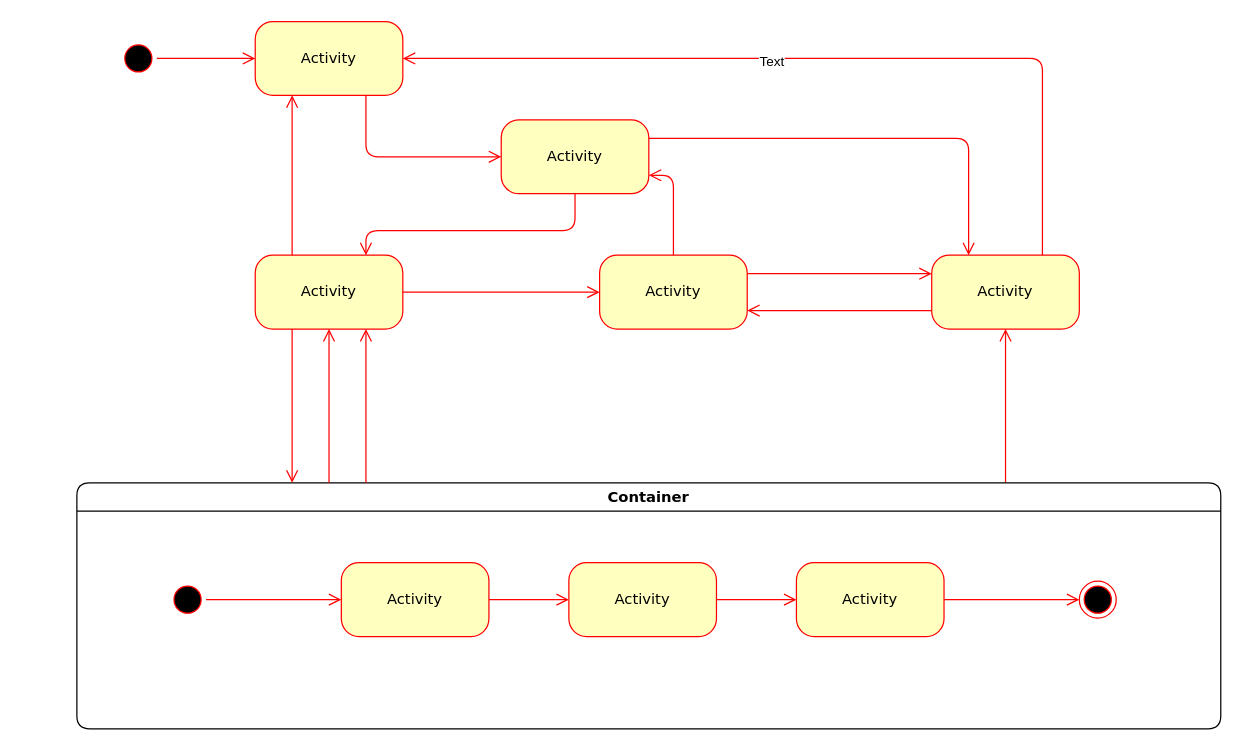
Earlier version of the draw.io diagram EliorWork/ED_Manager_SMD.drawio (SENG-350-2024-fall/Team9). Source tidied: cells renumbered, new cells numbered last; positions are measured from the earlier drawing's top-left corner, leaving out a move shared by most shapes. Both pictures are drawn from the tidied source at 123%, with x=0, y=0 at pixel (76, 21).
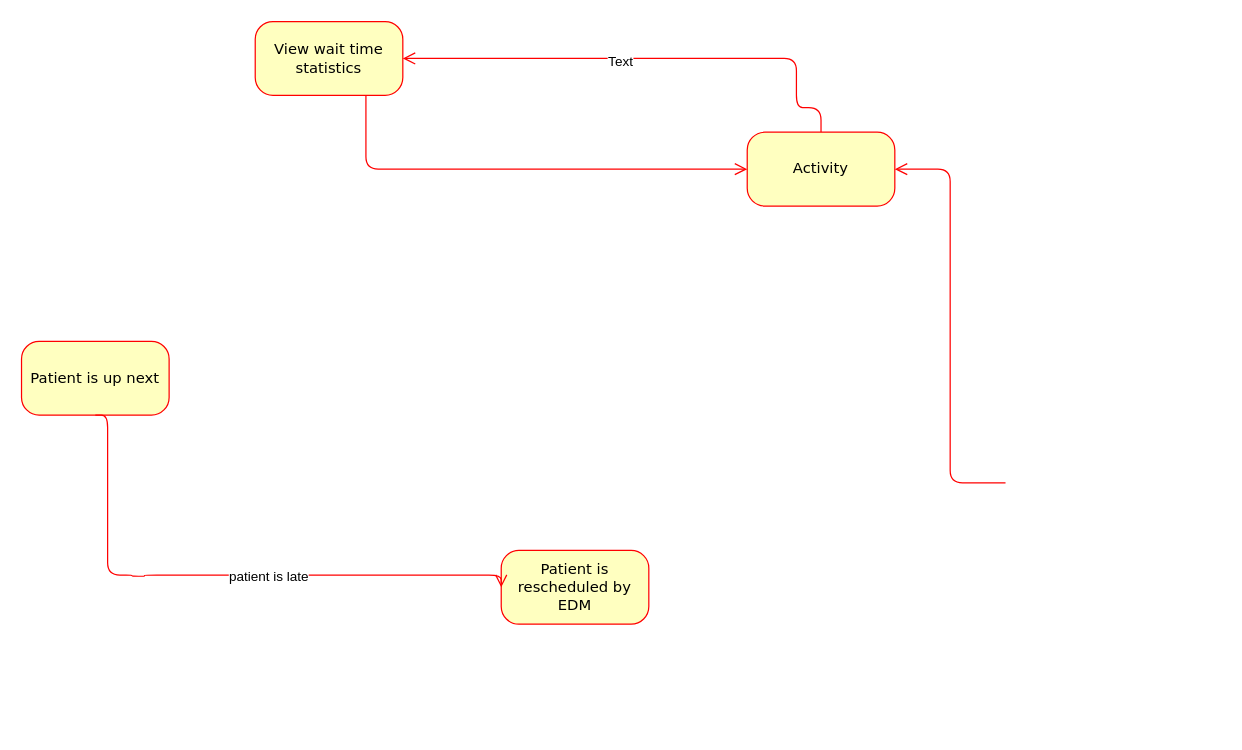
After the change.

What changed in the source:
```diff
@@
-    <mxCell id="2" style="ellipse;html=1;shape=startState;fillColor=#000000;strokeColor=#ff0000;rounded=1;shadow=0;comic=0;labelBackgroundColor=none;fontFamily=Verdana;fontSize=12;fontColor=#000000;align=center;direction=south;" parent="1" vertex="1">
-      <mxGeometry x="35" y="15" width="30" height="30" as="geometry" />
-    </mxCell>
-    <mxCell id="3" value="Activity" style="rounded=1;whiteSpace=wrap;html=1;arcSize=24;fillColor=#ffffc0;strokeColor=#ff0000;shadow=0;comic=0;labelBackgroundColor=none;fontFamily=Verdana;fontSize=12;fontColor=#000000;align=center;" parent="1" vertex="1">
-      <mxGeometry x="145" y="190" width="120" height="60" as="geometry" />
+    <mxCell id="3" value="Patient is up next" style="rounded=1;whiteSpace=wrap;html=1;arcSize=24;fillColor=#ffffc0;strokeColor=#ff0000;shadow=0;comic=0;labelBackgroundColor=none;fontFamily=Verdana;fontSize=12;fontColor=#000000;align=center;" parent="1" vertex="1">
+      <mxGeometry x="-45" y="260" width="120" height="60" as="geometry" />
     </mxCell>
-    <mxCell id="4" value="Activity" style="rounded=1;whiteSpace=wrap;html=1;arcSize=24;fillColor=#ffffc0;strokeColor=#ff0000;shadow=0;comic=0;labelBackgroundColor=none;fontFamily=Verdana;fontSize=12;fontColor=#000000;align=center;" parent="1" vertex="1">
+    <mxCell id="4" value="View wait time statistics" style="rounded=1;whiteSpace=wrap;html=1;arcSize=24;fillColor=#ffffc0;strokeColor=#ff0000;shadow=0;comic=0;labelBackgroundColor=none;fontFamily=Verdana;fontSize=12;fontColor=#000000;align=center;" parent="1" vertex="1">
       <mxGeometry x="145" width="120" height="60" as="geometry" />
     </mxCell>
-    <mxCell id="5" style="edgeStyle=orthogonalEdgeStyle;html=1;exitX=1;exitY=0.25;entryX=0.25;entryY=0;labelBackgroundColor=none;endArrow=open;endSize=8;strokeColor=#ff0000;fontFamily=Verdana;fontSize=12;align=left;" parent="1" edge="1" source="6" target="10">
-      <mxGeometry relative="1" as="geometry" />
-    </mxCell>
-    <mxCell id="6" value="Activity" style="rounded=1;whiteSpace=wrap;html=1;arcSize=24;fillColor=#ffffc0;strokeColor=#ff0000;shadow=0;comic=0;labelBackgroundColor=none;fontFamily=Verdana;fontSize=12;fontColor=#000000;align=center;" parent="1" vertex="1">
-      <mxGeometry x="345" y="80" width="120" height="60" as="geometry" />
-    </mxCell>
-    <mxCell id="7" style="edgeStyle=orthogonalEdgeStyle;html=1;exitX=0.75;exitY=0;entryX=1;entryY=0.5;labelBackgroundColor=none;endArrow=open;endSize=8;strokeColor=#ff0000;fontFamily=Verdana;fontSize=12;align=left;" parent="1" edge="1" source="10" target="4">
+    <mxCell id="7" style="edgeStyle=orthogonalEdgeStyle;html=1;entryX=1;entryY=0.5;labelBackgroundColor=none;endArrow=open;endSize=8;strokeColor=#ff0000;fontFamily=Verdana;fontSize=12;align=left;exitX=0.5;exitY=0;exitDx=0;exitDy=0;" parent="1" edge="1" source="10" target="4">
       <mxGeometry relative="1" as="geometry">
         <Array as="points">
-          <mxPoint x="785" y="30" />
+          <mxPoint x="605" y="70" />
+          <mxPoint x="585" y="70" />
+          <mxPoint x="585" y="30" />
         </Array>
       </mxGeometry>
     </mxCell>
@@
-    <mxCell id="9" style="edgeStyle=elbowEdgeStyle;html=1;exitX=0;exitY=0.75;entryX=1;entryY=0.75;labelBackgroundColor=none;endArrow=open;endSize=8;strokeColor=#ff0000;fontFamily=Verdana;fontSize=12;align=left;" parent="1" edge="1" source="10" target="11">
-      <mxGeometry relative="1" as="geometry" />
-    </mxCell>
     <mxCell id="10" value="Activity" style="rounded=1;whiteSpace=wrap;html=1;arcSize=24;fillColor=#ffffc0;strokeColor=#ff0000;shadow=0;comic=0;labelBackgroundColor=none;fontFamily=Verdana;fontSize=12;fontColor=#000000;align=center;" parent="1" vertex="1">
-      <mxGeometry x="695" y="190" width="120" height="60" as="geometry" />
+      <mxGeometry x="545" y="90" width="120" height="60" as="geometry" />
     </mxCell>
-    <mxCell id="11" value="Activity" style="rounded=1;whiteSpace=wrap;html=1;arcSize=24;fillColor=#ffffc0;strokeColor=#ff0000;shadow=0;comic=0;labelBackgroundColor=none;fontFamily=Verdana;fontSize=12;fontColor=#000000;align=center;" parent="1" vertex="1">
-      <mxGeometry x="425" y="190" width="120" height="60" as="geometry" />
+    <mxCell id="11" value="Patient is rescheduled by EDM" style="rounded=1;whiteSpace=wrap;html=1;arcSize=24;fillColor=#ffffc0;strokeColor=#ff0000;shadow=0;comic=0;labelBackgroundColor=none;fontFamily=Verdana;fontSize=12;fontColor=#000000;align=center;" parent="1" vertex="1">
+      <mxGeometry x="345" y="430" width="120" height="60" as="geometry" />
     </mxCell>
-    <mxCell id="12" style="edgeStyle=elbowEdgeStyle;html=1;labelBackgroundColor=none;endArrow=open;endSize=8;strokeColor=#ff0000;fontFamily=Verdana;fontSize=12;align=left;" parent="1" edge="1" source="13" target="10">
-      <mxGeometry relative="1" as="geometry" />
+    <mxCell id="12" style="edgeStyle=elbowEdgeStyle;html=1;labelBackgroundColor=none;endArrow=open;endSize=8;strokeColor=#ff0000;fontFamily=Verdana;fontSize=12;align=left;" parent="1" edge="1" target="10">
+      <mxGeometry relative="1" as="geometry">
+        <mxPoint x="755" y="375" as="sourcePoint" />
+      </mxGeometry>
     </mxCell>
-    <mxCell id="13" value="Container" style="swimlane;whiteSpace=wrap;html=1;rounded=1;shadow=0;comic=0;labelBackgroundColor=none;strokeWidth=1;fontFamily=Verdana;fontSize=12;align=center;" parent="1" vertex="1">
-      <mxGeometry y="375" width="930" height="200" as="geometry" />
-    </mxCell>
-    <mxCell id="14" style="edgeStyle=elbowEdgeStyle;html=1;labelBackgroundColor=none;endArrow=open;endSize=8;strokeColor=#ff0000;fontFamily=Verdana;fontSize=12;align=left;" parent="13" edge="1" source="15" target="20">
-      <mxGeometry relative="1" as="geometry" />
-    </mxCell>
-    <mxCell id="15" value="Activity" style="rounded=1;whiteSpace=wrap;html=1;arcSize=24;fillColor=#ffffc0;strokeColor=#ff0000;shadow=0;comic=0;labelBackgroundColor=none;fontFamily=Verdana;fontSize=12;fontColor=#000000;align=center;" parent="13" vertex="1">
-      <mxGeometry x="215" y="65" width="120" height="60" as="geometry" />
-    </mxCell>
-    <mxCell id="16" style="ellipse;html=1;shape=endState;fillColor=#000000;strokeColor=#ff0000;rounded=1;shadow=0;comic=0;labelBackgroundColor=none;fontFamily=Verdana;fontSize=12;fontColor=#000000;align=center;" parent="13" vertex="1">
-      <mxGeometry x="815" y="80" width="30" height="30" as="geometry" />
-    </mxCell>
-    <mxCell id="17" style="edgeStyle=elbowEdgeStyle;html=1;labelBackgroundColor=none;endArrow=open;endSize=8;strokeColor=#ff0000;fontFamily=Verdana;fontSize=12;align=left;" parent="13" edge="1" source="18" target="15">
-      <mxGeometry relative="1" as="geometry" />
-    </mxCell>
-    <mxCell id="18" style="ellipse;html=1;shape=startState;fillColor=#000000;strokeColor=#ff0000;rounded=1;shadow=0;comic=0;labelBackgroundColor=none;fontFamily=Verdana;fontSize=12;fontColor=#000000;align=center;direction=south;" parent="13" vertex="1">
-      <mxGeometry x="75" y="80" width="30" height="30" as="geometry" />
-    </mxCell>
-    <mxCell id="19" style="edgeStyle=elbowEdgeStyle;html=1;labelBackgroundColor=none;endArrow=open;endSize=8;strokeColor=#ff0000;fontFamily=Verdana;fontSize=12;align=left;" parent="13" edge="1" source="20" target="22">
-      <mxGeometry relative="1" as="geometry" />
-    </mxCell>
-    <mxCell id="20" value="Activity" style="rounded=1;whiteSpace=wrap;html=1;arcSize=24;fillColor=#ffffc0;strokeColor=#ff0000;shadow=0;comic=0;labelBackgroundColor=none;fontFamily=Verdana;fontSize=12;fontColor=#000000;align=center;" parent="13" vertex="1">
-      <mxGeometry x="400" y="65" width="120" height="60" as="geometry" />
-    </mxCell>
-    <mxCell id="21" style="edgeStyle=elbowEdgeStyle;html=1;labelBackgroundColor=none;endArrow=open;endSize=8;strokeColor=#ff0000;fontFamily=Verdana;fontSize=12;align=left;" parent="13" edge="1" source="22" target="16">
-      <mxGeometry relative="1" as="geometry" />
-    </mxCell>
-    <mxCell id="22" value="Activity" style="rounded=1;whiteSpace=wrap;html=1;arcSize=24;fillColor=#ffffc0;strokeColor=#ff0000;shadow=0;comic=0;labelBackgroundColor=none;fontFamily=Verdana;fontSize=12;fontColor=#000000;align=center;" parent="13" vertex="1">
-      <mxGeometry x="585" y="65" width="120" height="60" as="geometry" />
-    </mxCell>
-    <mxCell id="23" style="edgeStyle=orthogonalEdgeStyle;html=1;labelBackgroundColor=none;endArrow=open;endSize=8;strokeColor=#ff0000;fontFamily=Verdana;fontSize=12;align=left;" parent="1" edge="1" source="2" target="4">
-      <mxGeometry relative="1" as="geometry" />
+    <mxCell id="23" style="edgeStyle=orthogonalEdgeStyle;html=1;labelBackgroundColor=none;endArrow=open;endSize=8;strokeColor=#ff0000;fontFamily=Verdana;fontSize=12;align=left;exitX=0.5;exitY=1;exitDx=0;exitDy=0;entryX=0;entryY=0.5;entryDx=0;entryDy=0;" parent="1" edge="1" source="3" target="11">
+      <mxGeometry relative="1" as="geometry">
+        <Array as="points">
+          <mxPoint x="25" y="320" />
+          <mxPoint x="25" y="450" />
+          <mxPoint x="45" y="450" />
+          <mxPoint x="45" y="451" />
+          <mxPoint x="55" y="451" />
+          <mxPoint x="55" y="450" />
+          <mxPoint x="345" y="450" />
+        </Array>
+      </mxGeometry>
     </mxCell>
+    <mxCell id="33" value="patient is late" style="edgeLabel;html=1;align=center;verticalAlign=middle;" parent="23" vertex="1">
+      <mxGeometry x="-0.2" y="-4" relative="1" as="geometry">
+        <mxPoint x="83" y="-4" as="offset" />
+      </mxGeometry>
+    </mxCell>
-    <mxCell id="24" style="edgeStyle=orthogonalEdgeStyle;html=1;labelBackgroundColor=none;endArrow=open;endSize=8;strokeColor=#ff0000;fontFamily=Verdana;fontSize=12;align=left;entryX=0;entryY=0.5;" parent="1" edge="1" source="4" target="6">
+    <mxCell id="24" style="edgeStyle=orthogonalEdgeStyle;html=1;labelBackgroundColor=none;endArrow=open;endSize=8;strokeColor=#ff0000;fontFamily=Verdana;fontSize=12;align=left;entryX=0;entryY=0.5;entryDx=0;entryDy=0;" parent="1" edge="1" source="4" target="10">
       <mxGeometry relative="1" as="geometry">
         <Array as="points">
-          <mxPoint x="235" y="110" />
+          <mxPoint x="235" y="120" />
         </Array>
       </mxGeometry>
     </mxCell>
-    <mxCell id="25" style="edgeStyle=orthogonalEdgeStyle;html=1;entryX=0.75;entryY=0;labelBackgroundColor=none;endArrow=open;endSize=8;strokeColor=#ff0000;fontFamily=Verdana;fontSize=12;align=left;exitX=0.5;exitY=1;" parent="1" edge="1" source="6" target="3">
-      <mxGeometry relative="1" as="geometry">
-        <Array as="points">
-          <mxPoint x="405" y="170" />
-          <mxPoint x="235" y="170" />
-        </Array>
-      </mxGeometry>
-    </mxCell>
-    <mxCell id="26" style="edgeStyle=orthogonalEdgeStyle;html=1;exitX=0.25;exitY=0;entryX=0.25;entryY=1;labelBackgroundColor=none;endArrow=open;endSize=8;strokeColor=#ff0000;fontFamily=Verdana;fontSize=12;align=left;" parent="1" edge="1" source="3" target="4">
-      <mxGeometry relative="1" as="geometry" />
-    </mxCell>
-    <mxCell id="27" style="edgeStyle=orthogonalEdgeStyle;html=1;exitX=1;exitY=0.5;entryX=0;entryY=0.5;labelBackgroundColor=none;endArrow=open;endSize=8;strokeColor=#ff0000;fontFamily=Verdana;fontSize=12;align=left;" parent="1" edge="1" source="3" target="11">
-      <mxGeometry relative="1" as="geometry" />
-    </mxCell>
-    <mxCell id="28" style="edgeStyle=orthogonalEdgeStyle;html=1;exitX=0.5;exitY=0;entryX=1;entryY=0.75;labelBackgroundColor=none;endArrow=open;endSize=8;strokeColor=#ff0000;fontFamily=Verdana;fontSize=12;align=left;" parent="1" edge="1" source="11" target="6">
-      <mxGeometry relative="1" as="geometry" />
-    </mxCell>
-    <mxCell id="29" style="edgeStyle=orthogonalEdgeStyle;html=1;exitX=1;exitY=0.25;entryX=0;entryY=0.25;labelBackgroundColor=none;endArrow=open;endSize=8;strokeColor=#ff0000;fontFamily=Verdana;fontSize=12;align=left;" parent="1" edge="1" source="11" target="10">
-      <mxGeometry relative="1" as="geometry" />
-    </mxCell>
-    <mxCell id="30" style="edgeStyle=elbowEdgeStyle;html=1;labelBackgroundColor=none;endArrow=open;endSize=8;strokeColor=#ff0000;fontFamily=Verdana;fontSize=12;align=left;entryX=0.75;entryY=1;" parent="1" edge="1" source="13" target="3">
-      <mxGeometry relative="1" as="geometry" />
-    </mxCell>
-    <mxCell id="31" style="edgeStyle=elbowEdgeStyle;html=1;labelBackgroundColor=none;endArrow=open;endSize=8;strokeColor=#ff0000;fontFamily=Verdana;fontSize=12;align=left;entryX=0.5;entryY=1;" parent="1" edge="1" source="13" target="3">
-      <mxGeometry relative="1" as="geometry" />
-    </mxCell>
-    <mxCell id="32" style="edgeStyle=elbowEdgeStyle;html=1;labelBackgroundColor=none;endArrow=open;endSize=8;strokeColor=#ff0000;fontFamily=Verdana;fontSize=12;align=left;exitX=0.25;exitY=1;" parent="1" edge="1" source="3" target="13">
-      <mxGeometry relative="1" as="geometry" />
-    </mxCell>
```
